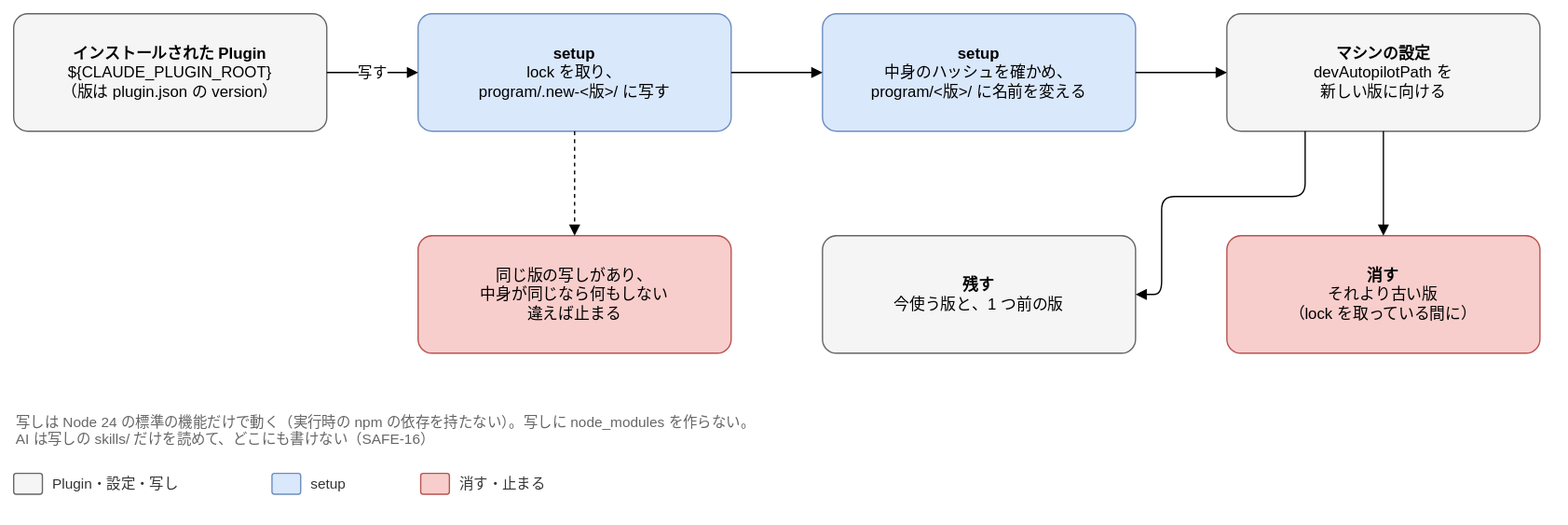
Above: docs/design/basic/diagrams/04-program-copy.drawio.svg in Joymerrevent/dev-autopilot (draw.io), before the change. Source tidied: cells renumbered, new cells last; positions are measured from the earlier drawing's top-left corner, leaving out a move shared by most shapes.
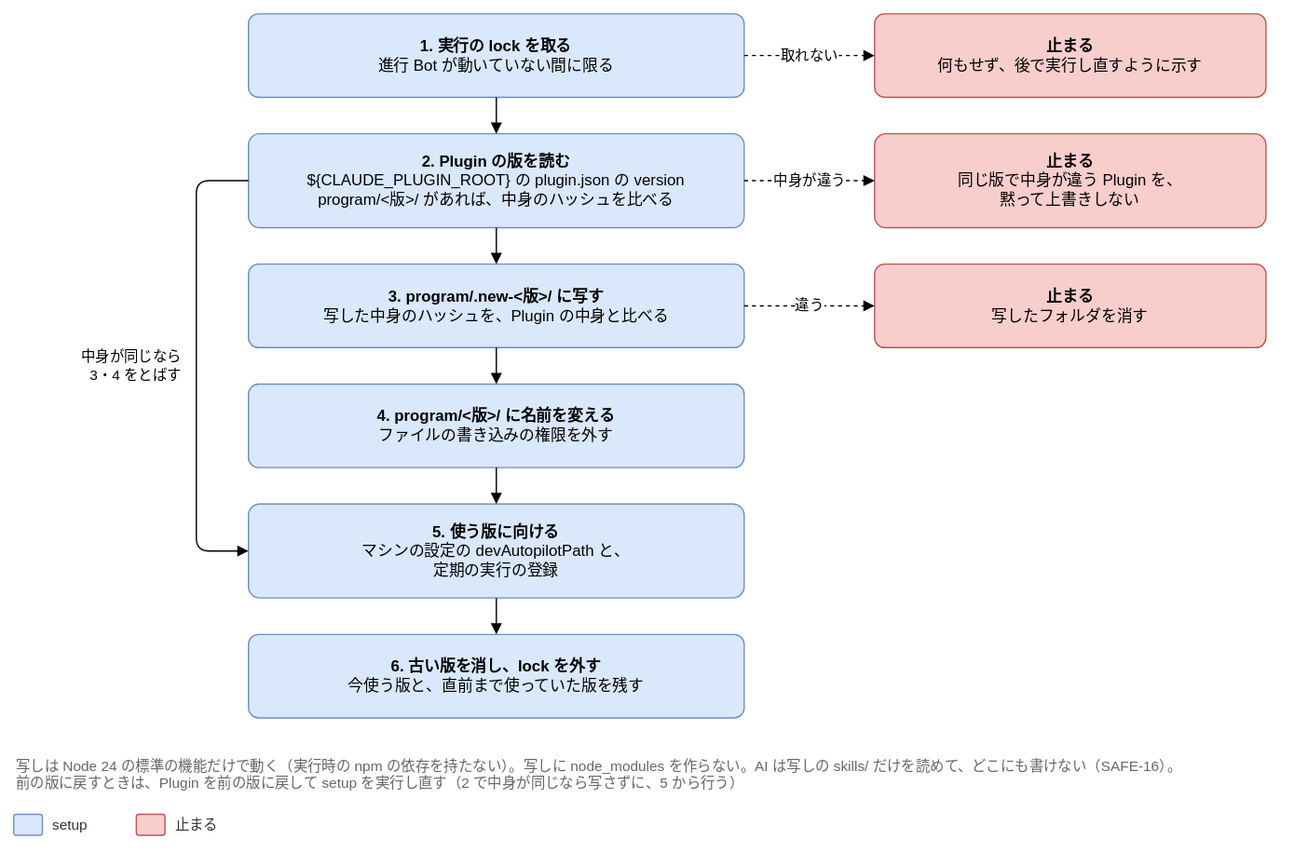
Above is the later version.

Change to the diagram source:
```diff
@@ -2,71 +2,82 @@
   <root>
     <mxCell id="0" />
     <mxCell id="1" parent="0" />
-    <mxCell id="2" value="&lt;b&gt;インストールされた Plugin&lt;/b&gt;&lt;br&gt;${CLAUDE_PLUGIN_ROOT}&lt;br&gt;（版は plugin.json の version）" style="rounded=1;whiteSpace=wrap;html=1;fontSize=12;arcSize=12;spacing=12;fillColor=#f5f5f5;strokeColor=#666666;" parent="1" vertex="1">
-      <mxGeometry width="240" height="90" as="geometry" />
-    </mxCell>
-    <mxCell id="3" value="&lt;b&gt;setup&lt;/b&gt;&lt;br&gt;lock を取り、&lt;br&gt;program/.new-&amp;lt;版&amp;gt;/ に写す" style="rounded=1;whiteSpace=wrap;html=1;fontSize=12;arcSize=12;spacing=12;fillColor=#dae8fc;strokeColor=#6c8ebf;" parent="1" vertex="1">
-      <mxGeometry x="310" width="240" height="90" as="geometry" />
-    </mxCell>
-    <mxCell id="4" value="写す" style="edgeStyle=orthogonalEdgeStyle;rounded=1;html=1;endArrow=block;endFill=1;fontSize=11;labelBackgroundColor=#ffffff;exitX=1;exitY=0.5;exitDx=0;exitDy=0;entryX=0;entryY=0.5;entryDx=0;entryDy=0;" parent="1" edge="1" source="2" target="3">
-      <mxGeometry relative="1" as="geometry" />
-    </mxCell>
-    <mxCell id="5" value="&lt;b&gt;setup&lt;/b&gt;&lt;br&gt;中身のハッシュを確かめ、&lt;br&gt;program/&amp;lt;版&amp;gt;/ に名前を変える" style="rounded=1;whiteSpace=wrap;html=1;fontSize=12;arcSize=12;spacing=12;fillColor=#dae8fc;strokeColor=#6c8ebf;" parent="1" vertex="1">
-      <mxGeometry x="620" width="240" height="90" as="geometry" />
-    </mxCell>
-    <mxCell id="6" style="edgeStyle=orthogonalEdgeStyle;rounded=1;html=1;endArrow=block;endFill=1;fontSize=11;labelBackgroundColor=#ffffff;exitX=1;exitY=0.5;exitDx=0;exitDy=0;entryX=0;entryY=0.5;entryDx=0;entryDy=0;" parent="1" edge="1" source="3" target="5">
-      <mxGeometry relative="1" as="geometry" />
-    </mxCell>
-    <mxCell id="7" value="&lt;b&gt;マシンの設定&lt;/b&gt;&lt;br&gt;devAutopilotPath を&lt;br&gt;新しい版に向ける" style="rounded=1;whiteSpace=wrap;html=1;fontSize=12;arcSize=12;spacing=12;fillColor=#f5f5f5;strokeColor=#666666;" parent="1" vertex="1">
-      <mxGeometry x="930" width="240" height="90" as="geometry" />
-    </mxCell>
-    <mxCell id="8" style="edgeStyle=orthogonalEdgeStyle;rounded=1;html=1;endArrow=block;endFill=1;fontSize=11;labelBackgroundColor=#ffffff;exitX=1;exitY=0.5;exitDx=0;exitDy=0;entryX=0;entryY=0.5;entryDx=0;entryDy=0;" parent="1" edge="1" source="5" target="7">
-      <mxGeometry relative="1" as="geometry" />
-    </mxCell>
-    <mxCell id="9" value="&lt;b&gt;残す&lt;/b&gt;&lt;br&gt;今使う版と、1 つ前の版" style="rounded=1;whiteSpace=wrap;html=1;fontSize=12;arcSize=12;spacing=12;fillColor=#f5f5f5;strokeColor=#666666;" parent="1" vertex="1">
-      <mxGeometry x="620" y="170" width="240" height="90" as="geometry" />
-    </mxCell>
-    <mxCell id="10" value="&lt;b&gt;消す&lt;/b&gt;&lt;br&gt;それより古い版&lt;br&gt;（lock を取っている間に）" style="rounded=1;whiteSpace=wrap;html=1;fontSize=12;arcSize=12;spacing=12;fillColor=#f8cecc;strokeColor=#b85450;" parent="1" vertex="1">
-      <mxGeometry x="930" y="170" width="240" height="90" as="geometry" />
-    </mxCell>
-    <mxCell id="11" style="edgeStyle=orthogonalEdgeStyle;rounded=1;html=1;endArrow=block;endFill=1;fontSize=11;labelBackgroundColor=#ffffff;exitX=0.5;exitY=1;exitDx=0;exitDy=0;entryX=0.5;entryY=0;entryDx=0;entryDy=0;" parent="1" edge="1" source="7" target="10">
-      <mxGeometry relative="1" as="geometry" />
-    </mxCell>
-    <mxCell id="12" style="edgeStyle=orthogonalEdgeStyle;rounded=1;html=1;endArrow=block;endFill=1;fontSize=11;labelBackgroundColor=#ffffff;exitX=0.25;exitY=1;exitDx=0;exitDy=0;entryX=1;entryY=0.5;entryDx=0;entryDy=0;" parent="1" edge="1" source="7" target="9">
-      <mxGeometry relative="1" as="geometry">
-        <Array as="points">
-          <mxPoint x="990" y="140" />
-          <mxPoint x="880" y="140" />
-          <mxPoint x="880" y="215" />
-        </Array>
-      </mxGeometry>
-    </mxCell>
-    <mxCell id="13" value="同じ版の写しがあり、&lt;br&gt;中身が同じなら何もしない&lt;br&gt;違えば止まる" style="rounded=1;whiteSpace=wrap;html=1;fontSize=12;arcSize=12;spacing=12;fillColor=#f8cecc;strokeColor=#b85450;" parent="1" vertex="1">
-      <mxGeometry x="310" y="170" width="240" height="90" as="geometry" />
-    </mxCell>
-    <mxCell id="14" style="edgeStyle=orthogonalEdgeStyle;rounded=1;html=1;endArrow=block;endFill=1;fontSize=11;labelBackgroundColor=#ffffff;dashed=1;exitX=0.5;exitY=1;exitDx=0;exitDy=0;entryX=0.5;entryY=0;entryDx=0;entryDy=0;" parent="1" edge="1" source="3" target="13">
-      <mxGeometry relative="1" as="geometry" />
-    </mxCell>
+    <mxCell id="22" value="&lt;b&gt;1. 実行の lock を取る&lt;/b&gt;&lt;br&gt;進行 Bot が動いていない間に限る" style="rounded=1;whiteSpace=wrap;html=1;fontSize=12;arcSize=12;spacing=12;fillColor=#dae8fc;strokeColor=#6c8ebf;" parent="1" vertex="1">
+      <mxGeometry x="180" y="-40" width="380" height="64" as="geometry" />
+    </mxCell>
+    <mxCell id="23" value="&lt;b&gt;2. Plugin の版を読む&lt;/b&gt;&lt;br&gt;${CLAUDE_PLUGIN_ROOT} の plugin.json の version&lt;br&gt;program/&amp;lt;版&amp;gt;/ があれば、中身のハッシュを比べる" style="rounded=1;whiteSpace=wrap;html=1;fontSize=12;arcSize=12;spacing=12;fillColor=#dae8fc;strokeColor=#6c8ebf;" parent="1" vertex="1">
+      <mxGeometry x="180" y="52" width="380" height="72" as="geometry" />
+    </mxCell>
+    <mxCell id="24" value="&lt;b&gt;3. program/.new-&amp;lt;版&amp;gt;/ に写す&lt;/b&gt;&lt;br&gt;写した中身のハッシュを、Plugin の中身と比べる" style="rounded=1;whiteSpace=wrap;html=1;fontSize=12;arcSize=12;spacing=12;fillColor=#dae8fc;strokeColor=#6c8ebf;" parent="1" vertex="1">
+      <mxGeometry x="180" y="152" width="380" height="64" as="geometry" />
+    </mxCell>
+    <mxCell id="25" value="&lt;b&gt;4. program/&amp;lt;版&amp;gt;/ に名前を変える&lt;/b&gt;&lt;br&gt;ファイルの書き込みの権限を外す" style="rounded=1;whiteSpace=wrap;html=1;fontSize=12;arcSize=12;spacing=12;fillColor=#dae8fc;strokeColor=#6c8ebf;" parent="1" vertex="1">
+      <mxGeometry x="180" y="244" width="380" height="64" as="geometry" />
+    </mxCell>
+    <mxCell id="26" value="&lt;b&gt;5. 使う版に向ける&lt;/b&gt;&lt;br&gt;マシンの設定の devAutopilotPath と、&lt;br&gt;定期の実行の登録" style="rounded=1;whiteSpace=wrap;html=1;fontSize=12;arcSize=12;spacing=12;fillColor=#dae8fc;strokeColor=#6c8ebf;" parent="1" vertex="1">
+      <mxGeometry x="180" y="336" width="380" height="72" as="geometry" />
+    </mxCell>
+    <mxCell id="27" value="&lt;b&gt;6. 古い版を消し、lock を外す&lt;/b&gt;&lt;br&gt;今使う版と、直前まで使っていた版を残す" style="rounded=1;whiteSpace=wrap;html=1;fontSize=12;arcSize=12;spacing=12;fillColor=#dae8fc;strokeColor=#6c8ebf;" parent="1" vertex="1">
+      <mxGeometry x="180" y="436" width="380" height="64" as="geometry" />
+    </mxCell>
+    <mxCell id="28" style="edgeStyle=orthogonalEdgeStyle;rounded=1;html=1;endArrow=block;endFill=1;fontSize=11;labelBackgroundColor=#ffffff;exitX=0.5;exitY=1;exitDx=0;exitDy=0;entryX=0.5;entryY=0;entryDx=0;entryDy=0;" parent="1" edge="1" source="22" target="23">
+      <mxGeometry relative="1" as="geometry" />
+    </mxCell>
+    <mxCell id="29" style="edgeStyle=orthogonalEdgeStyle;rounded=1;html=1;endArrow=block;endFill=1;fontSize=11;labelBackgroundColor=#ffffff;exitX=0.5;exitY=1;exitDx=0;exitDy=0;entryX=0.5;entryY=0;entryDx=0;entryDy=0;" parent="1" edge="1" source="23" target="24">
+      <mxGeometry relative="1" as="geometry" />
+    </mxCell>
+    <mxCell id="30" style="edgeStyle=orthogonalEdgeStyle;rounded=1;html=1;endArrow=block;endFill=1;fontSize=11;labelBackgroundColor=#ffffff;exitX=0.5;exitY=1;exitDx=0;exitDy=0;entryX=0.5;entryY=0;entryDx=0;entryDy=0;" parent="1" edge="1" source="24" target="25">
+      <mxGeometry relative="1" as="geometry" />
+    </mxCell>
+    <mxCell id="31" style="edgeStyle=orthogonalEdgeStyle;rounded=1;html=1;endArrow=block;endFill=1;fontSize=11;labelBackgroundColor=#ffffff;exitX=0.5;exitY=1;exitDx=0;exitDy=0;entryX=0.5;entryY=0;entryDx=0;entryDy=0;" parent="1" edge="1" source="25" target="26">
+      <mxGeometry relative="1" as="geometry" />
+    </mxCell>
+    <mxCell id="32" style="edgeStyle=orthogonalEdgeStyle;rounded=1;html=1;endArrow=block;endFill=1;fontSize=11;labelBackgroundColor=#ffffff;exitX=0.5;exitY=1;exitDx=0;exitDy=0;entryX=0.5;entryY=0;entryDx=0;entryDy=0;" parent="1" edge="1" source="26" target="27">
+      <mxGeometry relative="1" as="geometry" />
+    </mxCell>
+    <mxCell id="33" value="&lt;b&gt;止まる&lt;/b&gt;&lt;br&gt;何もせず、後で実行し直すように示す" style="rounded=1;whiteSpace=wrap;html=1;fontSize=12;arcSize=12;spacing=12;fillColor=#f8cecc;strokeColor=#b85450;" parent="1" vertex="1">
+      <mxGeometry x="660" y="-40" width="300" height="64" as="geometry" />
+    </mxCell>
+    <mxCell id="34" value="&lt;b&gt;止まる&lt;/b&gt;&lt;br&gt;同じ版で中身が違う Plugin を、&lt;br&gt;黙って上書きしない" style="rounded=1;whiteSpace=wrap;html=1;fontSize=12;arcSize=12;spacing=12;fillColor=#f8cecc;strokeColor=#b85450;" parent="1" vertex="1">
+      <mxGeometry x="660" y="52" width="300" height="72" as="geometry" />
+    </mxCell>
+    <mxCell id="35" value="&lt;b&gt;止まる&lt;/b&gt;&lt;br&gt;写したフォルダを消す" style="rounded=1;whiteSpace=wrap;html=1;fontSize=12;arcSize=12;spacing=12;fillColor=#f8cecc;strokeColor=#b85450;" parent="1" vertex="1">
+      <mxGeometry x="660" y="152" width="300" height="64" as="geometry" />
+    </mxCell>
+    <mxCell id="36" value="取れない" style="edgeStyle=orthogonalEdgeStyle;rounded=1;html=1;endArrow=block;endFill=1;fontSize=11;labelBackgroundColor=#ffffff;dashed=1;exitX=1;exitY=0.5;exitDx=0;exitDy=0;entryX=0;entryY=0.5;entryDx=0;entryDy=0;" parent="1" edge="1" source="22" target="33">
+      <mxGeometry relative="1" as="geometry" />
+    </mxCell>
+    <mxCell id="37" value="中身が違う" style="edgeStyle=orthogonalEdgeStyle;rounded=1;html=1;endArrow=block;endFill=1;fontSize=11;labelBackgroundColor=#ffffff;dashed=1;exitX=1;exitY=0.5;exitDx=0;exitDy=0;entryX=0;entryY=0.5;entryDx=0;entryDy=0;" parent="1" edge="1" source="23" target="34">
+      <mxGeometry relative="1" as="geometry" />
+    </mxCell>
+    <mxCell id="38" value="違う" style="edgeStyle=orthogonalEdgeStyle;rounded=1;html=1;endArrow=block;endFill=1;fontSize=11;labelBackgroundColor=#ffffff;dashed=1;exitX=1;exitY=0.5;exitDx=0;exitDy=0;entryX=0;entryY=0.5;entryDx=0;entryDy=0;" parent="1" edge="1" source="24" target="35">
+      <mxGeometry relative="1" as="geometry" />
+    </mxCell>
+    <mxCell id="39" style="edgeStyle=orthogonalEdgeStyle;rounded=1;html=1;endArrow=block;endFill=1;fontSize=11;labelBackgroundColor=#ffffff;exitX=0;exitY=0.5;exitDx=0;exitDy=0;entryX=0;entryY=0.5;entryDx=0;entryDy=0;" parent="1" edge="1" source="23" target="26">
+      <mxGeometry relative="1" as="geometry">
+        <Array as="points">
+          <mxPoint x="140" y="88" />
+          <mxPoint x="140" y="372" />
+        </Array>
+      </mxGeometry>
+    </mxCell>
+    <mxCell id="40" value="中身が同じなら&lt;br&gt;3・4 をとばす" style="text;html=1;align=right;verticalAlign=middle;fontSize=11;" parent="1" vertex="1">
+      <mxGeometry y="210" width="130" height="40" as="geometry" />
+    </mxCell>
-    <mxCell id="15" value="写しは Node 24 の標準の機能だけで動く（実行時の npm の依存を持たない）。写しに node_modules を作らない。&lt;br&gt;AI は写しの skills/ だけを読めて、どこにも書けない（SAFE-16）" style="text;html=1;whiteSpace=wrap;align=left;verticalAlign=top;fontSize=11;fontColor=#666666;" parent="1" vertex="1">
-      <mxGeometry y="300" width="1170" height="36" as="geometry" />
+    <mxCell id="15" value="写しは Node 24 の標準の機能だけで動く（実行時の npm の依存を持たない）。写しに node_modules を作らない。AI は写しの skills/ だけを読めて、どこにも書けない（SAFE-16）。&lt;br&gt;前の版に戻すときは、Plugin を前の版に戻して setup を実行し直す（2 で中身が同じなら写さずに、5 から行う）" style="text;html=1;whiteSpace=wrap;align=left;verticalAlign=top;fontSize=11;fontColor=#666666;" parent="1" vertex="1">
+      <mxGeometry y="524" width="960" height="54" as="geometry" />
     </mxCell>
-    <mxCell id="16" style="rounded=1;whiteSpace=wrap;html=1;fontSize=12;arcSize=12;spacing=12;fillColor=#f5f5f5;strokeColor=#666666;" parent="1" vertex="1">
-      <mxGeometry y="352" width="22" height="16" as="geometry" />
+    <mxCell id="16" style="rounded=1;whiteSpace=wrap;html=1;fontSize=12;arcSize=12;spacing=12;fillColor=#dae8fc;strokeColor=#6c8ebf;" parent="1" vertex="1">
+      <mxGeometry y="574" width="22" height="16" as="geometry" />
     </mxCell>
-    <mxCell id="17" value="Plugin・設定・写し" style="text;html=1;align=left;verticalAlign=middle;fontSize=11;fontColor=#333333;" parent="1" vertex="1">
-      <mxGeometry x="28" y="350" width="154" height="20" as="geometry" />
+    <mxCell id="17" value="setup" style="text;html=1;align=left;verticalAlign=middle;fontSize=11;fontColor=#333333;" parent="1" vertex="1">
+      <mxGeometry x="28" y="572" width="50" height="20" as="geometry" />
     </mxCell>
-    <mxCell id="18" style="rounded=1;whiteSpace=wrap;html=1;fontSize=12;arcSize=12;spacing=12;fillColor=#dae8fc;strokeColor=#6c8ebf;" parent="1" vertex="1">
-      <mxGeometry x="198" y="352" width="22" height="16" as="geometry" />
+    <mxCell id="18" style="rounded=1;whiteSpace=wrap;html=1;fontSize=12;arcSize=12;spacing=12;fillColor=#f8cecc;strokeColor=#b85450;" parent="1" vertex="1">
+      <mxGeometry x="94" y="574" width="22" height="16" as="geometry" />
     </mxCell>
-    <mxCell id="19" value="setup" style="text;html=1;align=left;verticalAlign=middle;fontSize=11;fontColor=#333333;" parent="1" vertex="1">
-      <mxGeometry x="226" y="350" width="70" height="20" as="geometry" />
+    <mxCell id="19" value="止まる" style="text;html=1;align=left;verticalAlign=middle;fontSize=11;fontColor=#333333;" parent="1" vertex="1">
+      <mxGeometry x="122" y="572" width="46" height="20" as="geometry" />
     </mxCell>
-    <mxCell id="20" style="rounded=1;whiteSpace=wrap;html=1;fontSize=12;arcSize=12;spacing=12;fillColor=#f8cecc;strokeColor=#b85450;" parent="1" vertex="1">
-      <mxGeometry x="312" y="352" width="22" height="16" as="geometry" />
-    </mxCell>
-    <mxCell id="21" value="消す・止まる" style="text;html=1;align=left;verticalAlign=middle;fontSize=11;fontColor=#333333;" parent="1" vertex="1">
-      <mxGeometry x="340" y="350" width="82" height="20" as="geometry" />
-    </mxCell>
   </root>
 </mxGraphModel>
```
